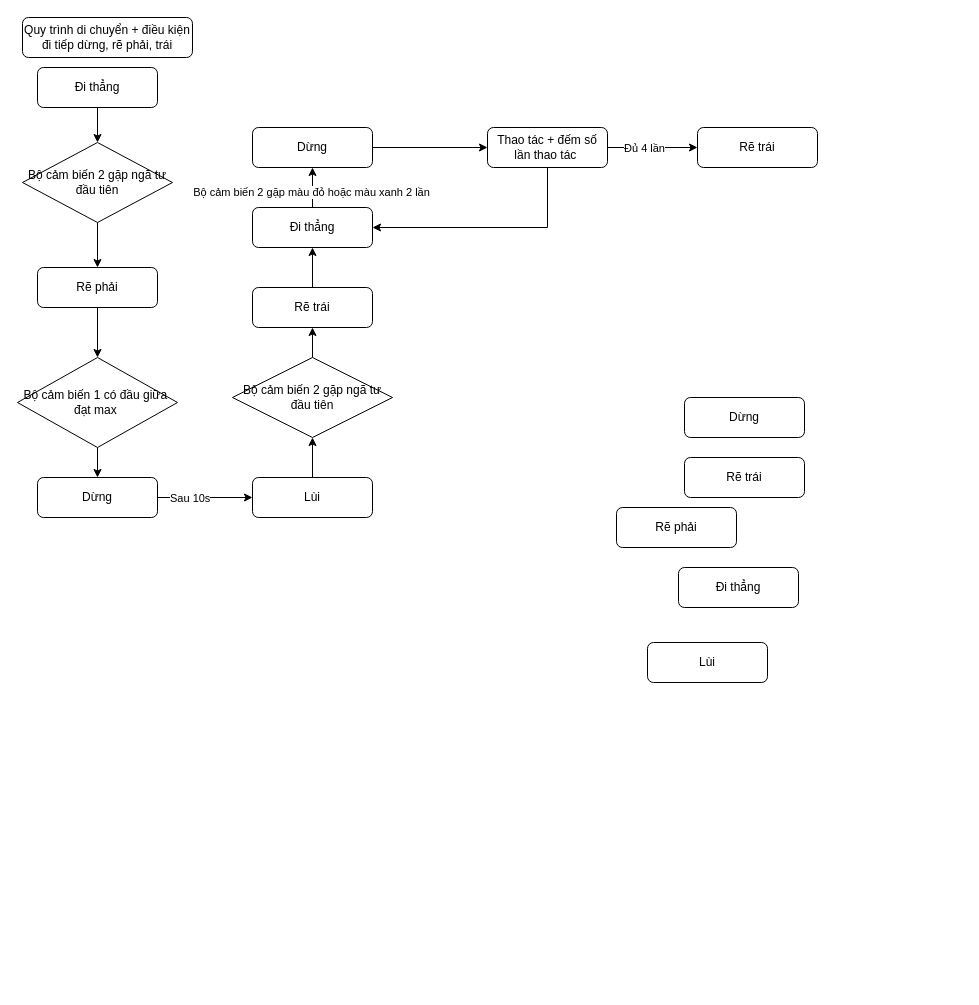
The draw.io diagram VSAR.drawio in huyca0403/Tran-Duc-Huy, before the edit. Source tidied: cells renumbered, new cells numbered last; positions are measured from the earlier drawing's top-left corner, leaving out a move shared by most shapes. Both pictures are drawn from the tidied source at 100%, with x=0, y=0 at pixel (17, 17).
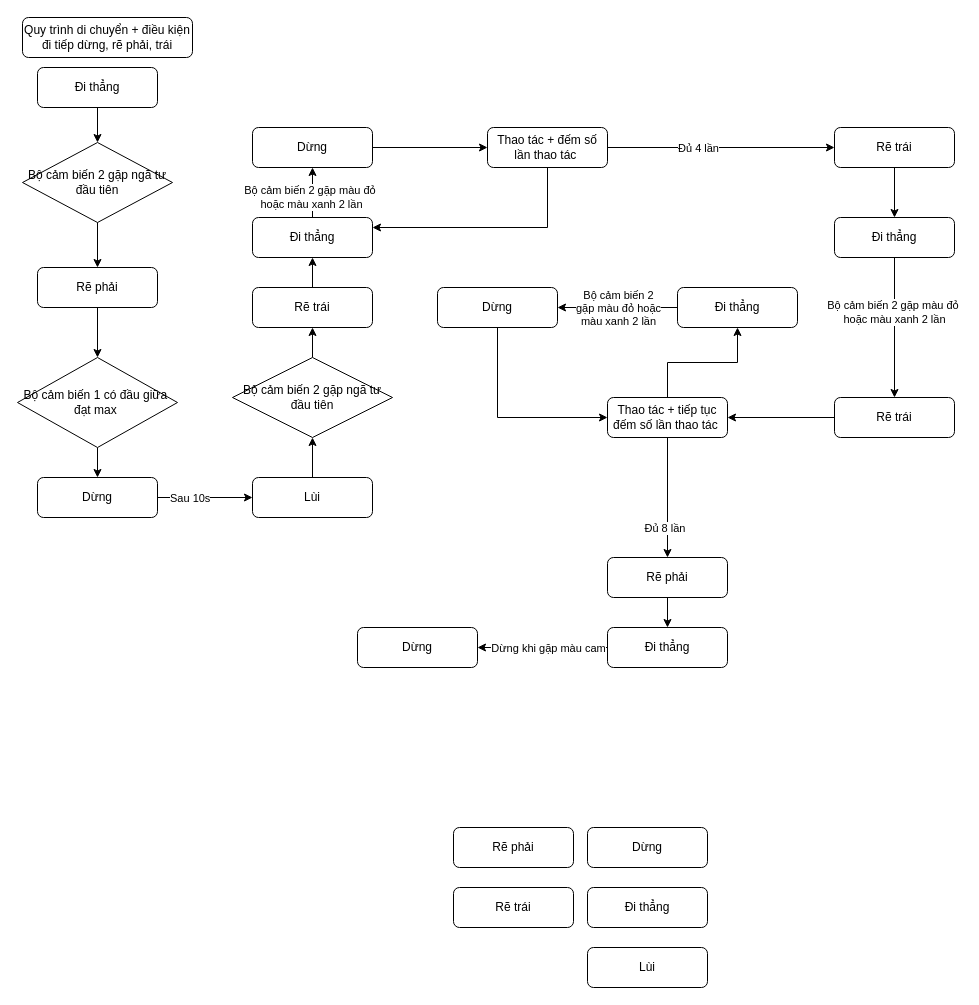
Above is the later version.

The change refers to these unchanged cells:
```xml
<mxCell id="26" style="edgeStyle=orthogonalEdgeStyle;rounded=0;jettySize=auto;html=1;" parent="1" edge="1" source="28" target="8">
  <mxGeometry relative="1" as="geometry" />
</mxCell>
```

The edit, as a diff of the source:
```diff
@@
     <mxCell id="3" value="Đi thẳng" style="rounded=1;whiteSpace=wrap;html=1;" parent="1" vertex="1">
-      <mxGeometry x="661" y="550" width="120" height="40" as="geometry" />
+      <mxGeometry x="570" y="870" width="120" height="40" as="geometry" />
     </mxCell>
     <mxCell id="4" value="Rẽ phải" style="rounded=1;whiteSpace=wrap;html=1;" parent="1" vertex="1">
-      <mxGeometry x="599" y="490" width="120" height="40" as="geometry" />
+      <mxGeometry x="436" y="810" width="120" height="40" as="geometry" />
     </mxCell>
+    <mxCell id="35" style="edgeStyle=orthogonalEdgeStyle;rounded=0;jettySize=auto;html=1;" parent="1" edge="1" source="5" target="43">
+      <mxGeometry relative="1" as="geometry" />
+    </mxCell>
     <mxCell id="5" value="Rẽ trái" style="rounded=1;whiteSpace=wrap;html=1;" parent="1" vertex="1">
-      <mxGeometry x="667" y="440" width="120" height="40" as="geometry" />
+      <mxGeometry x="817" y="380" width="120" height="40" as="geometry" />
     </mxCell>
     <mxCell id="6" value="Lùi" style="rounded=1;whiteSpace=wrap;html=1;" parent="1" vertex="1">
-      <mxGeometry x="630" y="625" width="120" height="40" as="geometry" />
+      <mxGeometry x="570" y="930" width="120" height="40" as="geometry" />
     </mxCell>
@@
-    <mxCell id="27" value="Bộ cảm biến 2 gặp màu đỏ hoặc màu xanh 2 lần" style="edgeLabel;html=1;align=center;verticalAlign=middle;" parent="26" vertex="1">
+    <mxCell id="27" value="Bộ cảm biến 2 gặp màu đỏ&amp;nbsp;&lt;div&gt;hoặc màu xanh 2 lần&lt;/div&gt;" style="edgeLabel;html=1;align=center;verticalAlign=middle;" parent="26" vertex="1">
       <mxGeometry x="-0.18" y="2" relative="1" as="geometry" />
     </mxCell>
     <mxCell id="28" value="Đi thẳng" style="rounded=1;whiteSpace=wrap;html=1;" parent="1" vertex="1">
-      <mxGeometry x="235" y="190" width="120" height="40" as="geometry" />
+      <mxGeometry x="235" y="200" width="120" height="40" as="geometry" />
     </mxCell>
@@
     <mxCell id="33" value="Dừng" style="rounded=1;whiteSpace=wrap;html=1;" parent="1" vertex="1">
-      <mxGeometry x="667" y="380" width="120" height="40" as="geometry" />
+      <mxGeometry x="570" y="810" width="120" height="40" as="geometry" />
     </mxCell>
+    <mxCell id="36" style="edgeStyle=orthogonalEdgeStyle;rounded=0;jettySize=auto;html=1;" parent="1" edge="1" source="34" target="39">
+      <mxGeometry relative="1" as="geometry" />
+    </mxCell>
     <mxCell id="34" value="Rẽ trái" style="rounded=1;whiteSpace=wrap;html=1;" parent="1" vertex="1">
-      <mxGeometry x="680" y="110" width="120" height="40" as="geometry" />
+      <mxGeometry x="817" y="110" width="120" height="40" as="geometry" />
     </mxCell>
+    <mxCell id="37" style="edgeStyle=orthogonalEdgeStyle;rounded=0;jettySize=auto;html=1;" parent="1" edge="1" source="39" target="5">
+      <mxGeometry relative="1" as="geometry" />
+    </mxCell>
+    <mxCell id="38" value="Bộ cảm biến 2 gặp màu đỏ&amp;nbsp;&lt;div&gt;hoặc màu xanh 2 lần&lt;/div&gt;" style="edgeLabel;html=1;align=center;verticalAlign=middle;" parent="37" vertex="1">
+      <mxGeometry x="-0.23" y="-1" relative="1" as="geometry" />
+    </mxCell>
+    <mxCell id="39" value="Đi thẳng" style="rounded=1;whiteSpace=wrap;html=1;" parent="1" vertex="1">
+      <mxGeometry x="817" y="200" width="120" height="40" as="geometry" />
+    </mxCell>
+    <mxCell id="40" style="edgeStyle=orthogonalEdgeStyle;rounded=0;jettySize=auto;html=1;" parent="1" edge="1" source="43" target="47">
+      <mxGeometry relative="1" as="geometry" />
+    </mxCell>
+    <mxCell id="41" style="edgeStyle=orthogonalEdgeStyle;rounded=0;jettySize=auto;html=1;" parent="1" edge="1" source="43" target="51">
+      <mxGeometry relative="1" as="geometry" />
+    </mxCell>
+    <mxCell id="42" value="Đủ 8 lần&amp;nbsp;" style="edgeLabel;html=1;align=center;verticalAlign=middle;" parent="41" vertex="1">
+      <mxGeometry x="0.5" y="-2" relative="1" as="geometry" />
+    </mxCell>
+    <mxCell id="43" value="Thao tác + tiếp tục đếm số lần thao tác&amp;nbsp;" style="rounded=1;whiteSpace=wrap;html=1;" parent="1" vertex="1">
+      <mxGeometry x="590" y="380" width="120" height="40" as="geometry" />
+    </mxCell>
+    <mxCell id="44" value="Rẽ trái" style="rounded=1;whiteSpace=wrap;html=1;" parent="1" vertex="1">
+      <mxGeometry x="436" y="870" width="120" height="40" as="geometry" />
+    </mxCell>
+    <mxCell id="45" style="edgeStyle=orthogonalEdgeStyle;rounded=0;jettySize=auto;html=1;" parent="1" edge="1" source="47" target="49">
+      <mxGeometry relative="1" as="geometry" />
+    </mxCell>
+    <mxCell id="46" value="Bộ cảm biến 2&lt;div&gt;gặp màu đỏ hoặc&lt;/div&gt;&lt;div&gt;màu xanh 2 lần&lt;/div&gt;" style="edgeLabel;html=1;align=center;verticalAlign=middle;" parent="45" vertex="1">
+      <mxGeometry x="0.11" y="3" relative="1" as="geometry">
+        <mxPoint x="7" y="-3" as="offset" />
+      </mxGeometry>
+    </mxCell>
+    <mxCell id="47" value="Đi thẳng" style="rounded=1;whiteSpace=wrap;html=1;" parent="1" vertex="1">
+      <mxGeometry x="660" y="270" width="120" height="40" as="geometry" />
+    </mxCell>
+    <mxCell id="48" style="edgeStyle=orthogonalEdgeStyle;rounded=0;jettySize=auto;html=1;" parent="1" edge="1" source="49" target="43">
+      <mxGeometry relative="1" as="geometry">
+        <Array as="points">
+          <mxPoint x="480" y="400" />
+        </Array>
+      </mxGeometry>
+    </mxCell>
+    <mxCell id="49" value="Dừng" style="rounded=1;whiteSpace=wrap;html=1;" parent="1" vertex="1">
+      <mxGeometry x="420" y="270" width="120" height="40" as="geometry" />
+    </mxCell>
+    <mxCell id="50" style="edgeStyle=orthogonalEdgeStyle;rounded=0;jettySize=auto;html=1;" parent="1" edge="1" source="51" target="54">
+      <mxGeometry relative="1" as="geometry" />
+    </mxCell>
+    <mxCell id="51" value="Rẽ phải" style="rounded=1;whiteSpace=wrap;html=1;" parent="1" vertex="1">
+      <mxGeometry x="590" y="540" width="120" height="40" as="geometry" />
+    </mxCell>
+    <mxCell id="52" style="edgeStyle=orthogonalEdgeStyle;rounded=0;jettySize=auto;html=1;" parent="1" edge="1" source="54" target="55">
+      <mxGeometry relative="1" as="geometry" />
+    </mxCell>
+    <mxCell id="53" value="Dừng khi gặp màu cam" style="edgeLabel;html=1;align=center;verticalAlign=middle;" parent="52" vertex="1">
+      <mxGeometry x="-0.15" y="-2" relative="1" as="geometry">
+        <mxPoint x="-5" y="2" as="offset" />
+      </mxGeometry>
+    </mxCell>
+    <mxCell id="54" value="Đi thẳng" style="rounded=1;whiteSpace=wrap;html=1;" parent="1" vertex="1">
+      <mxGeometry x="590" y="610" width="120" height="40" as="geometry" />
+    </mxCell>
+    <mxCell id="55" value="Dừng" style="rounded=1;whiteSpace=wrap;html=1;" parent="1" vertex="1">
+      <mxGeometry x="340" y="610" width="120" height="40" as="geometry" />
+    </mxCell>
```
